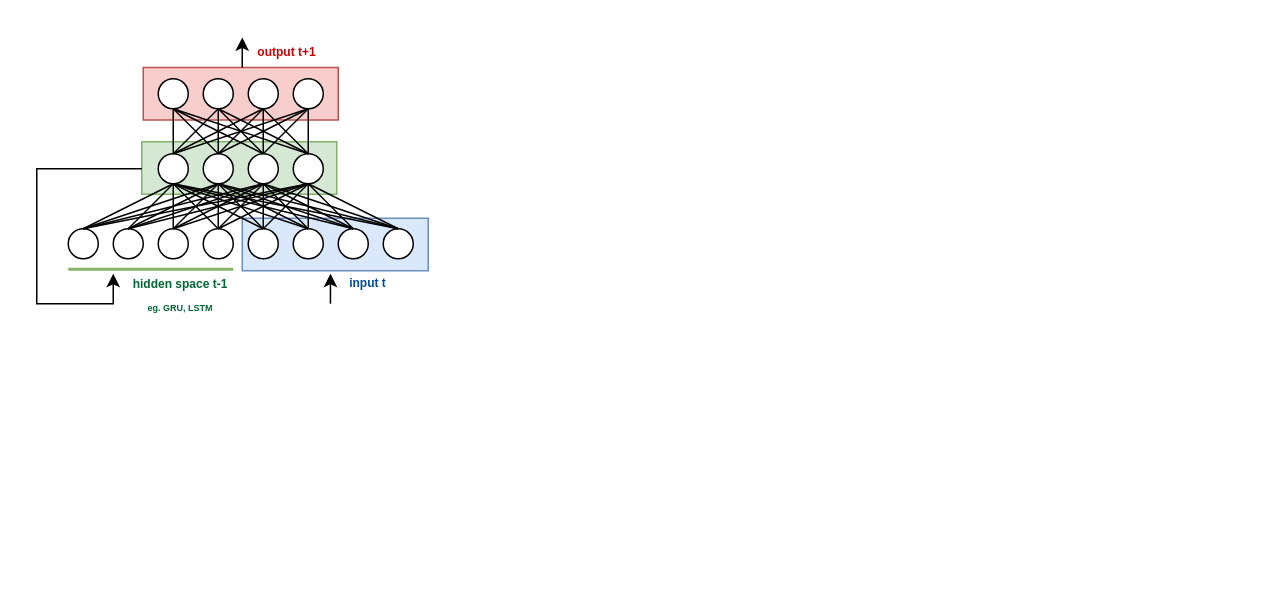
The draw.io diagram assets/AI-Supercomputing/Encoder_Decoder.drawio in brunomaga/brunomaga.github.io, before the edit. Source tidied: cells renumbered, new cells numbered last; positions are measured from the earlier drawing's top-left corner, leaving out a move shared by most shapes. Both pictures are drawn from the tidied source at 150%, with x=0, y=0 at pixel (36, 36).
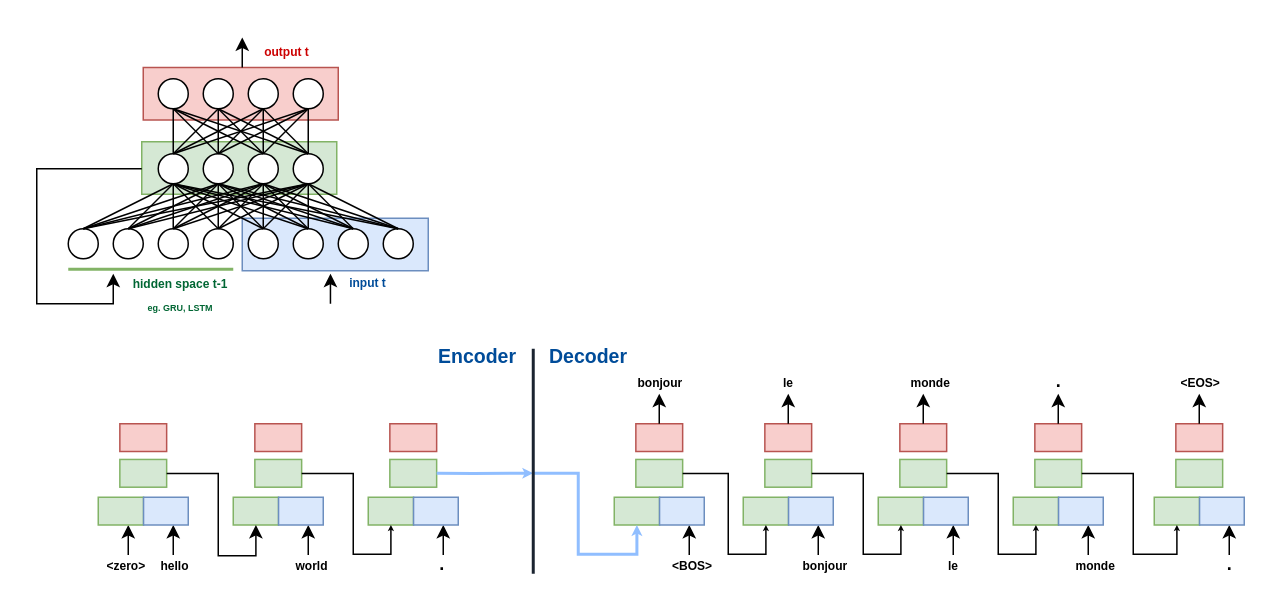
The same diagram, later.

Commit message (it also covers changes not shown here):
new Encoder Decoder detailed picture

Change to the diagram source:
```diff
@@
-    <mxCell id="75" value="&lt;span style=&quot;font-size: 8px&quot;&gt;output t+1&lt;/span&gt;" style="text;html=1;strokeColor=none;fillColor=none;align=center;verticalAlign=middle;whiteSpace=wrap;rounded=0;fontStyle=1;fontColor=#CC0000;" parent="1" vertex="1">
+    <mxCell id="75" value="&lt;span style=&quot;font-size: 8px&quot;&gt;output t&lt;/span&gt;" style="text;html=1;strokeColor=none;fillColor=none;align=center;verticalAlign=middle;whiteSpace=wrap;rounded=0;fontStyle=1;fontColor=#CC0000;" parent="1" vertex="1">
       <mxGeometry x="137" y="4" width="60" height="10" as="geometry" />
     </mxCell>
+    <mxCell id="76" style="endArrow=classic;html=1;fontSize=11;fontColor=#006633;" parent="1" edge="1">
+      <mxGeometry relative="1" as="geometry">
+        <mxPoint x="91" y="345.5" as="sourcePoint" />
+        <mxPoint x="91" y="325.5" as="targetPoint" />
+      </mxGeometry>
+    </mxCell>
+    <mxCell id="77" style="endArrow=classic;html=1;fontSize=11;fontColor=#006633;" parent="1" edge="1">
+      <mxGeometry relative="1" as="geometry">
+        <mxPoint x="61" y="345.5" as="sourcePoint" />
+        <mxPoint x="61" y="325.5" as="targetPoint" />
+      </mxGeometry>
+    </mxCell>
+    <mxCell id="78" style="group;" parent="1" vertex="1">
+      <mxGeometry x="41" y="258" width="60" height="67.5" as="geometry" />
+    </mxCell>
+    <mxCell id="79" style="rounded=0;whiteSpace=wrap;html=1;fillColor=#d5e8d4;strokeColor=#82b366;" parent="78" vertex="1">
+      <mxGeometry y="49" width="30.2" height="18.5" as="geometry" />
+    </mxCell>
+    <mxCell id="80" style="rounded=0;whiteSpace=wrap;html=1;fillColor=#f8cecc;strokeColor=#b85450;" parent="78" vertex="1">
+      <mxGeometry x="14.4" width="31.2" height="18.5" as="geometry" />
+    </mxCell>
+    <mxCell id="81" style="rounded=0;whiteSpace=wrap;html=1;fillColor=#dae8fc;strokeColor=#6c8ebf;" parent="78" vertex="1">
+      <mxGeometry x="30.2" y="49" width="29.8" height="18.5" as="geometry" />
+    </mxCell>
+    <mxCell id="82" style="rounded=0;whiteSpace=wrap;html=1;fillColor=#d5e8d4;strokeColor=#82b366;" parent="78" vertex="1">
+      <mxGeometry x="14.4" y="23.8" width="31.2" height="18.5" as="geometry" />
+    </mxCell>
+    <mxCell id="83" style="endArrow=classic;html=1;fontSize=11;fontColor=#006633;" parent="1" edge="1">
+      <mxGeometry relative="1" as="geometry">
+        <mxPoint x="181" y="345.5" as="sourcePoint" />
+        <mxPoint x="181" y="325.5" as="targetPoint" />
+      </mxGeometry>
+    </mxCell>
+    <mxCell id="84" style="group;" parent="1" vertex="1">
+      <mxGeometry x="131" y="258" width="60" height="67.5" as="geometry" />
+    </mxCell>
+    <mxCell id="85" style="rounded=0;whiteSpace=wrap;html=1;fillColor=#d5e8d4;strokeColor=#82b366;" parent="84" vertex="1">
+      <mxGeometry y="49" width="30.2" height="18.5" as="geometry" />
+    </mxCell>
+    <mxCell id="86" style="rounded=0;whiteSpace=wrap;html=1;fillColor=#f8cecc;strokeColor=#b85450;" parent="84" vertex="1">
+      <mxGeometry x="14.4" width="31.2" height="18.5" as="geometry" />
+    </mxCell>
+    <mxCell id="87" style="rounded=0;whiteSpace=wrap;html=1;fillColor=#dae8fc;strokeColor=#6c8ebf;" parent="84" vertex="1">
+      <mxGeometry x="30.2" y="49" width="29.8" height="18.5" as="geometry" />
+    </mxCell>
+    <mxCell id="88" style="rounded=0;whiteSpace=wrap;html=1;fillColor=#d5e8d4;strokeColor=#82b366;" parent="84" vertex="1">
+      <mxGeometry x="14.4" y="23.8" width="31.2" height="18.5" as="geometry" />
+    </mxCell>
+    <mxCell id="89" style="edgeStyle=orthogonalEdgeStyle;rounded=0;jettySize=auto;html=1;entryX=0.5;entryY=1;entryDx=0;entryDy=0;strokeWidth=1;" parent="1" edge="1" source="82" target="85">
+      <mxGeometry relative="1" as="geometry">
+        <Array as="points">
+          <mxPoint x="121" y="291" />
+          <mxPoint x="121" y="346" />
+          <mxPoint x="146" y="346" />
+        </Array>
+      </mxGeometry>
+    </mxCell>
+    <mxCell id="90" style="endArrow=classic;html=1;fontSize=11;fontColor=#006633;" parent="1" edge="1">
+      <mxGeometry relative="1" as="geometry">
+        <mxPoint x="271" y="345.5" as="sourcePoint" />
+        <mxPoint x="271" y="325.5" as="targetPoint" />
+      </mxGeometry>
+    </mxCell>
+    <mxCell id="91" style="group;" parent="1" vertex="1">
+      <mxGeometry x="221" y="258" width="60" height="67.5" as="geometry" />
+    </mxCell>
+    <mxCell id="92" style="rounded=0;whiteSpace=wrap;html=1;fillColor=#d5e8d4;strokeColor=#82b366;" parent="91" vertex="1">
+      <mxGeometry y="49" width="30.2" height="18.5" as="geometry" />
+    </mxCell>
+    <mxCell id="93" style="rounded=0;whiteSpace=wrap;html=1;fillColor=#f8cecc;strokeColor=#b85450;" parent="91" vertex="1">
+      <mxGeometry x="14.4" width="31.2" height="18.5" as="geometry" />
+    </mxCell>
+    <mxCell id="94" style="rounded=0;whiteSpace=wrap;html=1;fillColor=#dae8fc;strokeColor=#6c8ebf;" parent="91" vertex="1">
+      <mxGeometry x="30.2" y="49" width="29.8" height="18.5" as="geometry" />
+    </mxCell>
+    <mxCell id="95" style="rounded=0;whiteSpace=wrap;html=1;fillColor=#d5e8d4;strokeColor=#82b366;" parent="91" vertex="1">
+      <mxGeometry x="14.4" y="23.8" width="31.2" height="18.5" as="geometry" />
+    </mxCell>
+    <mxCell id="96" style="endArrow=classic;html=1;fontSize=11;fontColor=#006633;" parent="1" edge="1">
+      <mxGeometry relative="1" as="geometry">
+        <mxPoint x="435" y="345.5" as="sourcePoint" />
+        <mxPoint x="435" y="325.5" as="targetPoint" />
+      </mxGeometry>
+    </mxCell>
+    <mxCell id="97" style="group;" parent="1" vertex="1">
+      <mxGeometry x="385" y="258" width="60" height="67.5" as="geometry" />
+    </mxCell>
+    <mxCell id="98" style="rounded=0;whiteSpace=wrap;html=1;fillColor=#d5e8d4;strokeColor=#82b366;" parent="97" vertex="1">
+      <mxGeometry y="49" width="30.2" height="18.5" as="geometry" />
+    </mxCell>
+    <mxCell id="99" style="rounded=0;whiteSpace=wrap;html=1;fillColor=#f8cecc;strokeColor=#b85450;" parent="97" vertex="1">
+      <mxGeometry x="14.4" width="31.2" height="18.5" as="geometry" />
+    </mxCell>
+    <mxCell id="100" style="rounded=0;whiteSpace=wrap;html=1;fillColor=#dae8fc;strokeColor=#6c8ebf;" parent="97" vertex="1">
+      <mxGeometry x="30.2" y="49" width="29.8" height="18.5" as="geometry" />
+    </mxCell>
+    <mxCell id="101" style="rounded=0;whiteSpace=wrap;html=1;fillColor=#d5e8d4;strokeColor=#82b366;" parent="97" vertex="1">
+      <mxGeometry x="14.4" y="23.8" width="31.2" height="18.5" as="geometry" />
+    </mxCell>
+    <mxCell id="102" style="endArrow=classic;html=1;fontSize=11;fontColor=#006633;exitX=0.5;exitY=0;exitDx=0;exitDy=0;" parent="1" edge="1" source="99">
+      <mxGeometry relative="1" as="geometry">
+        <mxPoint x="415" y="238" as="targetPoint" />
+      </mxGeometry>
+    </mxCell>
+    <mxCell id="103" style="edgeStyle=orthogonalEdgeStyle;rounded=0;jettySize=auto;html=1;entryX=0.5;entryY=1;entryDx=0;entryDy=0;endSize=1;strokeWidth=1;" parent="1" edge="1" source="88" target="92">
+      <mxGeometry relative="1" as="geometry">
+        <Array as="points">
+          <mxPoint x="211" y="291" />
+          <mxPoint x="211" y="345" />
+          <mxPoint x="236" y="345" />
+        </Array>
+      </mxGeometry>
+    </mxCell>
+    <mxCell id="104" style="endArrow=classic;html=1;fontSize=11;fontColor=#006633;" parent="1" edge="1">
+      <mxGeometry relative="1" as="geometry">
+        <mxPoint x="521" y="345.5" as="sourcePoint" />
+        <mxPoint x="521" y="325.5" as="targetPoint" />
+      </mxGeometry>
+    </mxCell>
+    <mxCell id="105" style="group;" parent="1" vertex="1">
+      <mxGeometry x="471" y="258" width="60" height="67.5" as="geometry" />
+    </mxCell>
+    <mxCell id="106" style="rounded=0;whiteSpace=wrap;html=1;fillColor=#d5e8d4;strokeColor=#82b366;" parent="105" vertex="1">
+      <mxGeometry y="49" width="30.2" height="18.5" as="geometry" />
+    </mxCell>
+    <mxCell id="107" style="rounded=0;whiteSpace=wrap;html=1;fillColor=#f8cecc;strokeColor=#b85450;" parent="105" vertex="1">
+      <mxGeometry x="14.4" width="31.2" height="18.5" as="geometry" />
+    </mxCell>
+    <mxCell id="108" style="rounded=0;whiteSpace=wrap;html=1;fillColor=#dae8fc;strokeColor=#6c8ebf;" parent="105" vertex="1">
+      <mxGeometry x="30.2" y="49" width="29.8" height="18.5" as="geometry" />
+    </mxCell>
+    <mxCell id="109" style="rounded=0;whiteSpace=wrap;html=1;fillColor=#d5e8d4;strokeColor=#82b366;" parent="105" vertex="1">
+      <mxGeometry x="14.4" y="23.8" width="31.2" height="18.5" as="geometry" />
+    </mxCell>
+    <mxCell id="110" style="endArrow=classic;html=1;fontSize=11;fontColor=#006633;exitX=0.5;exitY=0;exitDx=0;exitDy=0;" parent="1" edge="1" source="107">
+      <mxGeometry relative="1" as="geometry">
+        <mxPoint x="501" y="238" as="targetPoint" />
+      </mxGeometry>
+    </mxCell>
+    <mxCell id="111" style="endArrow=classic;html=1;fontSize=11;fontColor=#006633;" parent="1" edge="1">
+      <mxGeometry relative="1" as="geometry">
+        <mxPoint x="611" y="345.5" as="sourcePoint" />
+        <mxPoint x="611" y="325.5" as="targetPoint" />
+      </mxGeometry>
+    </mxCell>
+    <mxCell id="112" style="group;" parent="1" vertex="1">
+      <mxGeometry x="561" y="258" width="60" height="67.5" as="geometry" />
+    </mxCell>
+    <mxCell id="113" style="rounded=0;whiteSpace=wrap;html=1;fillColor=#d5e8d4;strokeColor=#82b366;" parent="112" vertex="1">
+      <mxGeometry y="49" width="30.2" height="18.5" as="geometry" />
+    </mxCell>
+    <mxCell id="114" style="rounded=0;whiteSpace=wrap;html=1;fillColor=#f8cecc;strokeColor=#b85450;" parent="112" vertex="1">
+      <mxGeometry x="14.4" width="31.2" height="18.5" as="geometry" />
+    </mxCell>
+    <mxCell id="115" style="rounded=0;whiteSpace=wrap;html=1;fillColor=#dae8fc;strokeColor=#6c8ebf;" parent="112" vertex="1">
+      <mxGeometry x="30.2" y="49" width="29.8" height="18.5" as="geometry" />
+    </mxCell>
+    <mxCell id="116" style="rounded=0;whiteSpace=wrap;html=1;fillColor=#d5e8d4;strokeColor=#82b366;" parent="112" vertex="1">
+      <mxGeometry x="14.4" y="23.8" width="31.2" height="18.5" as="geometry" />
+    </mxCell>
+    <mxCell id="117" style="endArrow=classic;html=1;fontSize=11;fontColor=#006633;exitX=0.5;exitY=0;exitDx=0;exitDy=0;" parent="1" edge="1" source="114">
+      <mxGeometry relative="1" as="geometry">
+        <mxPoint x="591" y="238" as="targetPoint" />
+      </mxGeometry>
+    </mxCell>
+    <mxCell id="118" style="endArrow=classic;html=1;fontSize=11;fontColor=#006633;" parent="1" edge="1">
+      <mxGeometry relative="1" as="geometry">
+        <mxPoint x="701" y="345.5" as="sourcePoint" />
+        <mxPoint x="701" y="325.5" as="targetPoint" />
+      </mxGeometry>
+    </mxCell>
+    <mxCell id="119" style="group;" parent="1" vertex="1">
+      <mxGeometry x="651" y="258" width="60" height="67.5" as="geometry" />
+    </mxCell>
+    <mxCell id="120" style="rounded=0;whiteSpace=wrap;html=1;fillColor=#d5e8d4;strokeColor=#82b366;" parent="119" vertex="1">
+      <mxGeometry y="49" width="30.2" height="18.5" as="geometry" />
+    </mxCell>
+    <mxCell id="121" style="rounded=0;whiteSpace=wrap;html=1;fillColor=#f8cecc;strokeColor=#b85450;" parent="119" vertex="1">
+      <mxGeometry x="14.4" width="31.2" height="18.5" as="geometry" />
+    </mxCell>
+    <mxCell id="122" style="rounded=0;whiteSpace=wrap;html=1;fillColor=#dae8fc;strokeColor=#6c8ebf;" parent="119" vertex="1">
+      <mxGeometry x="30.2" y="49" width="29.8" height="18.5" as="geometry" />
+    </mxCell>
+    <mxCell id="123" style="rounded=0;whiteSpace=wrap;html=1;fillColor=#d5e8d4;strokeColor=#82b366;" parent="119" vertex="1">
+      <mxGeometry x="14.4" y="23.8" width="31.2" height="18.5" as="geometry" />
+    </mxCell>
+    <mxCell id="124" style="endArrow=classic;html=1;fontSize=11;fontColor=#006633;exitX=0.5;exitY=0;exitDx=0;exitDy=0;" parent="1" edge="1" source="121">
+      <mxGeometry relative="1" as="geometry">
+        <mxPoint x="681" y="238" as="targetPoint" />
+      </mxGeometry>
+    </mxCell>
+    <mxCell id="125" style="endArrow=classic;html=1;fontSize=11;fontColor=#006633;" parent="1" edge="1">
+      <mxGeometry relative="1" as="geometry">
+        <mxPoint x="795" y="345.5" as="sourcePoint" />
+        <mxPoint x="795" y="325.5" as="targetPoint" />
+      </mxGeometry>
+    </mxCell>
+    <mxCell id="126" style="group;" parent="1" vertex="1">
+      <mxGeometry x="745" y="258" width="60" height="67.5" as="geometry" />
+    </mxCell>
+    <mxCell id="127" style="rounded=0;whiteSpace=wrap;html=1;fillColor=#d5e8d4;strokeColor=#82b366;" parent="126" vertex="1">
+      <mxGeometry y="49" width="30.2" height="18.5" as="geometry" />
+    </mxCell>
+    <mxCell id="128" style="rounded=0;whiteSpace=wrap;html=1;fillColor=#f8cecc;strokeColor=#b85450;" parent="126" vertex="1">
+      <mxGeometry x="14.4" width="31.2" height="18.5" as="geometry" />
+    </mxCell>
+    <mxCell id="129" style="rounded=0;whiteSpace=wrap;html=1;fillColor=#dae8fc;strokeColor=#6c8ebf;" parent="126" vertex="1">
+      <mxGeometry x="30.2" y="49" width="29.8" height="18.5" as="geometry" />
+    </mxCell>
+    <mxCell id="130" style="rounded=0;whiteSpace=wrap;html=1;fillColor=#d5e8d4;strokeColor=#82b366;" parent="126" vertex="1">
+      <mxGeometry x="14.4" y="23.8" width="31.2" height="18.5" as="geometry" />
+    </mxCell>
+    <mxCell id="131" style="endArrow=classic;html=1;fontSize=11;fontColor=#006633;exitX=0.5;exitY=0;exitDx=0;exitDy=0;" parent="1" edge="1" source="128">
+      <mxGeometry relative="1" as="geometry">
+        <mxPoint x="775" y="238" as="targetPoint" />
+      </mxGeometry>
+    </mxCell>
+    <mxCell id="132" style="edgeStyle=orthogonalEdgeStyle;rounded=0;jettySize=auto;html=1;entryX=0.5;entryY=1;entryDx=0;entryDy=0;endSize=1;strokeWidth=1;" parent="1" edge="1" source="101" target="106">
+      <mxGeometry relative="1" as="geometry">
+        <Array as="points">
+          <mxPoint x="461" y="291" />
+          <mxPoint x="461" y="345" />
+          <mxPoint x="486" y="345" />
+        </Array>
+      </mxGeometry>
+    </mxCell>
+    <mxCell id="133" style="edgeStyle=orthogonalEdgeStyle;rounded=0;jettySize=auto;html=1;entryX=0.5;entryY=1;entryDx=0;entryDy=0;endSize=1;strokeWidth=1;" parent="1" edge="1" source="109" target="113">
+      <mxGeometry relative="1" as="geometry">
+        <Array as="points">
+          <mxPoint x="551" y="291" />
+          <mxPoint x="551" y="345" />
+          <mxPoint x="576" y="345" />
+        </Array>
+      </mxGeometry>
+    </mxCell>
+    <mxCell id="134" style="edgeStyle=orthogonalEdgeStyle;rounded=0;jettySize=auto;html=1;entryX=0.5;entryY=1;entryDx=0;entryDy=0;endSize=1;strokeWidth=1;" parent="1" edge="1" source="116" target="120">
+      <mxGeometry relative="1" as="geometry">
+        <Array as="points">
+          <mxPoint x="641" y="291" />
+          <mxPoint x="641" y="345" />
+          <mxPoint x="666" y="345" />
+        </Array>
+      </mxGeometry>
+    </mxCell>
+    <mxCell id="135" style="edgeStyle=orthogonalEdgeStyle;rounded=0;jettySize=auto;html=1;entryX=0.5;entryY=1;entryDx=0;entryDy=0;endSize=1;strokeWidth=1;" parent="1" edge="1" source="123" target="127">
+      <mxGeometry relative="1" as="geometry">
+        <Array as="points">
+          <mxPoint x="731" y="291" />
+          <mxPoint x="731" y="345" />
+          <mxPoint x="760" y="345" />
+        </Array>
+      </mxGeometry>
+    </mxCell>
+    <mxCell id="136" value="&lt;span style=&quot;font-size: 13px&quot;&gt;Decoder&lt;/span&gt;" style="text;html=1;strokeColor=none;fillColor=none;align=center;verticalAlign=middle;whiteSpace=wrap;rounded=0;fontStyle=1;fontColor=#004C99;fontSize=13;" parent="1" vertex="1">
+      <mxGeometry x="338" y="208" width="60" height="10" as="geometry" />
+    </mxCell>
+    <mxCell id="137" value="&lt;span style=&quot;font-size: 13px&quot;&gt;Encoder&lt;/span&gt;" style="text;html=1;strokeColor=none;fillColor=none;align=center;verticalAlign=middle;whiteSpace=wrap;rounded=0;fontStyle=1;fontColor=#004C99;fontSize=13;" parent="1" vertex="1">
+      <mxGeometry x="269" y="208" width="50" height="10" as="geometry" />
+    </mxCell>
+    <mxCell id="138" style="edgeStyle=orthogonalEdgeStyle;rounded=0;jettySize=auto;html=1;endSize=1;strokeColor=#90BEFF;strokeWidth=2;entryX=0.5;entryY=1;entryDx=0;entryDy=0;" parent="1" edge="1" target="98">
+      <mxGeometry relative="1" as="geometry">
+        <mxPoint x="331" y="291" as="sourcePoint" />
+        <Array as="points">
+          <mxPoint x="361" y="291" />
+          <mxPoint x="361" y="345" />
+          <mxPoint x="400" y="345" />
+        </Array>
+      </mxGeometry>
+    </mxCell>
+    <mxCell id="139" style="edgeStyle=orthogonalEdgeStyle;rounded=0;jettySize=auto;html=1;endSize=1;strokeColor=#90BEFF;strokeWidth=2;exitX=1;exitY=0.5;exitDx=0;exitDy=0;" parent="1" edge="1" source="95">
+      <mxGeometry relative="1" as="geometry">
+        <mxPoint x="331" y="291" as="targetPoint" />
+        <Array as="points">
+          <mxPoint x="291" y="291" />
+          <mxPoint x="291" y="291" />
+        </Array>
+      </mxGeometry>
+    </mxCell>
+    <mxCell id="140" style="endArrow=none;html=1;strokeWidth=2;fillColor=#dae8fc;strokeColor=#1B2430;" parent="1" edge="1">
+      <mxGeometry relative="1" as="geometry">
+        <mxPoint x="331" y="358" as="sourcePoint" />
+        <mxPoint x="331" y="208" as="targetPoint" />
+      </mxGeometry>
+    </mxCell>
+    <mxCell id="141" value="&lt;div style=&quot;text-align: center&quot;&gt;&lt;span style=&quot;font-size: 8px&quot;&gt;&lt;font face=&quot;helvetica&quot;&gt;&lt;b&gt;hello&lt;/b&gt;&lt;/font&gt;&lt;/span&gt;&lt;/div&gt;" style="text;whiteSpace=wrap;html=1;" parent="1" vertex="1">
+      <mxGeometry x="81" y="338" width="20" height="30" as="geometry" />
+    </mxCell>
+    <mxCell id="142" value="&lt;div style=&quot;text-align: center&quot;&gt;&lt;span style=&quot;font-size: 8px&quot;&gt;&lt;font face=&quot;helvetica&quot;&gt;&lt;b&gt;world&lt;/b&gt;&lt;/font&gt;&lt;/span&gt;&lt;/div&gt;" style="text;whiteSpace=wrap;html=1;" parent="1" vertex="1">
+      <mxGeometry x="171" y="338" width="20" height="30" as="geometry" />
+    </mxCell>
+    <mxCell id="143" value="&lt;div style=&quot;text-align: center&quot;&gt;&lt;font face=&quot;helvetica&quot;&gt;&lt;b&gt;&lt;span style=&quot;font-size: 8px&quot;&gt;&amp;nbsp; &amp;nbsp; &lt;/span&gt;&lt;font style=&quot;font-size: 12px&quot;&gt;.&lt;/font&gt;&lt;/b&gt;&lt;/font&gt;&lt;/div&gt;" style="text;whiteSpace=wrap;html=1;" parent="1" vertex="1">
+      <mxGeometry x="258" y="338" width="20" height="30" as="geometry" />
+    </mxCell>
+    <mxCell id="144" value="&lt;div style=&quot;text-align: center&quot;&gt;&lt;font face=&quot;helvetica&quot;&gt;&lt;span style=&quot;font-size: 8px&quot;&gt;&lt;b&gt;&amp;lt;zero&amp;gt;&lt;/b&gt;&lt;/span&gt;&lt;/font&gt;&lt;/div&gt;" style="text;whiteSpace=wrap;html=1;" parent="1" vertex="1">
+      <mxGeometry x="45" y="338" width="20" height="30" as="geometry" />
+    </mxCell>
+    <mxCell id="145" value="&lt;div style=&quot;text-align: center&quot;&gt;&lt;span style=&quot;font-size: 8px&quot;&gt;&lt;font face=&quot;helvetica&quot;&gt;&lt;b&gt;&amp;lt;BOS&amp;gt;&lt;/b&gt;&lt;/font&gt;&lt;/span&gt;&lt;/div&gt;" style="text;whiteSpace=wrap;html=1;" parent="1" vertex="1">
+      <mxGeometry x="422" y="338" width="20" height="30" as="geometry" />
+    </mxCell>
+    <mxCell id="146" value="&lt;div style=&quot;text-align: center&quot;&gt;&lt;span style=&quot;font-size: 8px&quot;&gt;&lt;font face=&quot;helvetica&quot;&gt;&lt;b&gt;bonjour&lt;/b&gt;&lt;/font&gt;&lt;/span&gt;&lt;/div&gt;" style="text;whiteSpace=wrap;html=1;" parent="1" vertex="1">
+      <mxGeometry x="509" y="338" width="20" height="30" as="geometry" />
+    </mxCell>
+    <mxCell id="147" value="&lt;div style=&quot;text-align: center&quot;&gt;&lt;span style=&quot;font-size: 8px&quot;&gt;&lt;font face=&quot;helvetica&quot;&gt;&lt;b&gt;le&lt;/b&gt;&lt;/font&gt;&lt;/span&gt;&lt;/div&gt;" style="text;whiteSpace=wrap;html=1;" parent="1" vertex="1">
+      <mxGeometry x="606" y="338" width="20" height="30" as="geometry" />
+    </mxCell>
+    <mxCell id="148" value="&lt;div style=&quot;text-align: center&quot;&gt;&lt;span style=&quot;font-size: 8px&quot;&gt;&lt;font face=&quot;helvetica&quot;&gt;&lt;b&gt;monde&lt;/b&gt;&lt;/font&gt;&lt;/span&gt;&lt;/div&gt;" style="text;whiteSpace=wrap;html=1;" parent="1" vertex="1">
+      <mxGeometry x="691" y="338" width="20" height="30" as="geometry" />
+    </mxCell>
+    <mxCell id="149" value="&lt;div style=&quot;text-align: center&quot;&gt;&lt;font face=&quot;helvetica&quot;&gt;&lt;b&gt;&lt;span style=&quot;font-size: 8px&quot;&gt;&amp;nbsp; &amp;nbsp; &lt;/span&gt;&lt;font style=&quot;font-size: 12px&quot;&gt;.&lt;/font&gt;&lt;/b&gt;&lt;/font&gt;&lt;/div&gt;" style="text;whiteSpace=wrap;html=1;" parent="1" vertex="1">
+      <mxGeometry x="783" y="338" width="20" height="30" as="geometry" />
+    </mxCell>
+    <mxCell id="150" value="&lt;div style=&quot;text-align: center&quot;&gt;&lt;span style=&quot;font-size: 8px&quot;&gt;&lt;font face=&quot;helvetica&quot;&gt;&lt;b&gt;bonjour&lt;/b&gt;&lt;/font&gt;&lt;/span&gt;&lt;/div&gt;" style="text;whiteSpace=wrap;html=1;" parent="1" vertex="1">
+      <mxGeometry x="399" y="216" width="20" height="30" as="geometry" />
+    </mxCell>
+    <mxCell id="151" value="&lt;div style=&quot;text-align: center&quot;&gt;&lt;span style=&quot;font-size: 8px&quot;&gt;&lt;font face=&quot;helvetica&quot;&gt;&lt;b&gt;le&lt;/b&gt;&lt;/font&gt;&lt;/span&gt;&lt;/div&gt;" style="text;whiteSpace=wrap;html=1;" parent="1" vertex="1">
+      <mxGeometry x="496" y="216" width="20" height="30" as="geometry" />
+    </mxCell>
+    <mxCell id="152" value="&lt;div style=&quot;text-align: center&quot;&gt;&lt;span style=&quot;font-size: 8px&quot;&gt;&lt;font face=&quot;helvetica&quot;&gt;&lt;b&gt;monde&lt;/b&gt;&lt;/font&gt;&lt;/span&gt;&lt;/div&gt;" style="text;whiteSpace=wrap;html=1;" parent="1" vertex="1">
+      <mxGeometry x="581" y="216" width="20" height="30" as="geometry" />
+    </mxCell>
+    <mxCell id="153" value="&lt;div style=&quot;text-align: center&quot;&gt;&lt;font face=&quot;helvetica&quot;&gt;&lt;b&gt;&lt;span style=&quot;font-size: 8px&quot;&gt;&amp;nbsp; &amp;nbsp; &lt;/span&gt;&lt;font style=&quot;font-size: 12px&quot;&gt;.&lt;/font&gt;&lt;/b&gt;&lt;/font&gt;&lt;/div&gt;" style="text;whiteSpace=wrap;html=1;" parent="1" vertex="1">
+      <mxGeometry x="669" y="216" width="20" height="30" as="geometry" />
+    </mxCell>
+    <mxCell id="154" value="&lt;div style=&quot;text-align: center&quot;&gt;&lt;span style=&quot;font-size: 8px&quot;&gt;&lt;font face=&quot;helvetica&quot;&gt;&lt;b&gt;&amp;lt;EOS&amp;gt;&lt;/b&gt;&lt;/font&gt;&lt;/span&gt;&lt;/div&gt;" style="text;whiteSpace=wrap;html=1;" parent="1" vertex="1">
+      <mxGeometry x="761" y="216" width="20" height="30" as="geometry" />
+    </mxCell>
```
